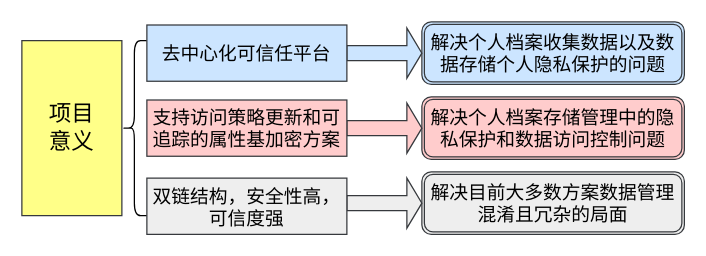
ScauMadLife/BlockChain keeps this draw.io diagram as 项目意义图.drawio. Above is the earlier version. Source tidied: cells renumbered, new cells numbered last; positions are measured from the earlier drawing's top-left corner, leaving out a move shared by most shapes. Both pictures are drawn from the tidied source at 125%, with x=0, y=0 at pixel (21, 21).
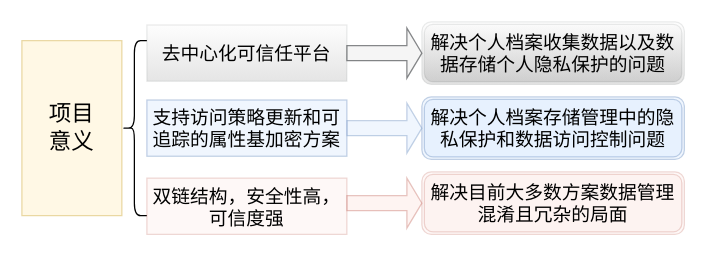
After the change.

Commit message (it also covers changes not shown here):
更新项目意义图.drawio

The edit, as a diff of the source:
```diff
@@
 <mxGraphModel>
   <root>
     <mxCell id="0" />
     <mxCell id="1" parent="0" />
-    <mxCell id="2" value="&lt;font style=&quot;font-size: 18px;&quot;&gt;项目&lt;br&gt;意义&lt;/font&gt;" style="rounded=0;whiteSpace=wrap;html=1;fillColor=#ffff88;strokeColor=#36393d;" parent="1" vertex="1">
+    <mxCell id="2" value="&lt;font style=&quot;font-size: 18px;&quot;&gt;项目&lt;br&gt;意义&lt;/font&gt;" style="rounded=0;whiteSpace=wrap;html=1;fillColor=#fff2cc;strokeColor=#d6b656;opacity=50;" parent="1" vertex="1">
       <mxGeometry y="15" width="80" height="140" as="geometry" />
     </mxCell>
     <mxCell id="3" style="shape=curlyBracket;whiteSpace=wrap;html=1;rounded=1;labelPosition=left;verticalLabelPosition=middle;align=right;verticalAlign=middle;" parent="1" vertex="1">
       <mxGeometry x="80" y="15" width="20" height="140" as="geometry" />
     </mxCell>
-    <mxCell id="4" value="&lt;font style=&quot;font-size: 15px;&quot;&gt;解决个人档案收集数据以及数据存储个人隐私保护的问题&lt;/font&gt;" style="shape=ext;double=1;rounded=1;whiteSpace=wrap;html=1;fillColor=#cce5ff;strokeColor=#36393d;" parent="1" vertex="1">
+    <mxCell id="4" value="&lt;font style=&quot;font-size: 15px;&quot;&gt;解决个人档案收集数据以及数据存储个人隐私保护的问题&lt;/font&gt;" style="shape=ext;double=1;rounded=1;whiteSpace=wrap;html=1;fillColor=#eeeeee;strokeColor=#36393d;opacity=10;gradientColor=default;" parent="1" vertex="1">
       <mxGeometry x="320" width="210" height="50" as="geometry" />
     </mxCell>
-    <mxCell id="5" value="&lt;font style=&quot;font-size: 15px;&quot;&gt;解决个人档案存储管理中的隐私保护和数据访问控制问题&lt;/font&gt;" style="shape=ext;double=1;rounded=1;whiteSpace=wrap;html=1;fillColor=#ffcccc;strokeColor=#36393d;" parent="1" vertex="1">
+    <mxCell id="5" value="&lt;font style=&quot;font-size: 15px;&quot;&gt;解决个人档案存储管理中的隐私保护和数据访问控制问题&lt;/font&gt;" style="shape=ext;double=1;rounded=1;whiteSpace=wrap;html=1;fillColor=#dae8fc;strokeColor=#6c8ebf;opacity=40;" parent="1" vertex="1">
       <mxGeometry x="320" y="60" width="210" height="50" as="geometry" />
     </mxCell>
-    <mxCell id="6" value="&lt;font style=&quot;font-size: 15px;&quot;&gt;解决目前大多数方案数据管理混淆且冗杂的局面&lt;/font&gt;" style="shape=ext;double=1;rounded=1;whiteSpace=wrap;html=1;fillColor=#eeeeee;strokeColor=#36393d;" parent="1" vertex="1">
+    <mxCell id="6" value="&lt;font style=&quot;font-size: 15px;&quot;&gt;解决目前大多数方案数据管理混淆且冗杂的局面&lt;/font&gt;" style="shape=ext;double=1;rounded=1;whiteSpace=wrap;html=1;fillColor=#fad9d5;strokeColor=#ae4132;opacity=20;" parent="1" vertex="1">
       <mxGeometry x="320" y="120" width="210" height="50" as="geometry" />
     </mxCell>
-    <mxCell id="7" style="shape=singleArrow;whiteSpace=wrap;html=1;fillColor=#cce5ff;strokeColor=#36393d;" parent="1" vertex="1">
+    <mxCell id="7" style="shape=singleArrow;whiteSpace=wrap;html=1;fillColor=#eeeeee;strokeColor=#36393d;opacity=60;" parent="1" vertex="1">
       <mxGeometry x="260" y="5" width="60" height="40" as="geometry" />
     </mxCell>
-    <mxCell id="8" style="shape=singleArrow;whiteSpace=wrap;html=1;fillColor=#ffcccc;strokeColor=#36393d;" parent="1" vertex="1">
+    <mxCell id="8" style="shape=singleArrow;whiteSpace=wrap;html=1;fillColor=#dae8fc;strokeColor=#6c8ebf;opacity=40;" parent="1" vertex="1">
       <mxGeometry x="260" y="65" width="60" height="40" as="geometry" />
     </mxCell>
-    <mxCell id="9" style="shape=singleArrow;whiteSpace=wrap;html=1;fillColor=#eeeeee;strokeColor=#36393d;" parent="1" vertex="1">
+    <mxCell id="9" style="shape=singleArrow;whiteSpace=wrap;html=1;fillColor=#fad9d5;strokeColor=#ae4132;opacity=30;" parent="1" vertex="1">
       <mxGeometry x="260" y="125" width="60" height="40" as="geometry" />
     </mxCell>
-    <mxCell id="10" value="&lt;font style=&quot;font-size: 15px;&quot;&gt;去中心化可信任平台&lt;/font&gt;" style="html=1;whiteSpace=wrap;fillColor=#cce5ff;strokeColor=#36393d;" parent="1" vertex="1">
+    <mxCell id="10" value="&lt;font style=&quot;font-size: 15px;&quot;&gt;去中心化可信任平台&lt;/font&gt;" style="html=1;whiteSpace=wrap;fillColor=#eeeeee;strokeColor=#36393d;opacity=10;gradientColor=default;" parent="1" vertex="1">
       <mxGeometry x="100" y="2.5" width="160" height="45" as="geometry" />
     </mxCell>
-    <mxCell id="11" value="&lt;font style=&quot;font-size: 15px;&quot;&gt;支持访问策略更新和可追踪的属性基加密方案&lt;/font&gt;" style="html=1;whiteSpace=wrap;fillColor=#ffcccc;strokeColor=#36393d;" parent="1" vertex="1">
+    <mxCell id="11" value="&lt;font style=&quot;font-size: 15px;&quot;&gt;支持访问策略更新和可追踪的属性基加密方案&lt;/font&gt;" style="html=1;whiteSpace=wrap;fillColor=#dae8fc;strokeColor=#6c8ebf;opacity=40;" parent="1" vertex="1">
       <mxGeometry x="100" y="62.5" width="160" height="45" as="geometry" />
     </mxCell>
-    <mxCell id="12" value="&lt;font style=&quot;font-size: 15px;&quot;&gt;双链结构，安全性高，可信度强&lt;/font&gt;" style="html=1;whiteSpace=wrap;fillColor=#eeeeee;strokeColor=#36393d;" parent="1" vertex="1">
+    <mxCell id="12" value="&lt;font style=&quot;font-size: 15px;&quot;&gt;双链结构，安全性高，可信度强&lt;/font&gt;" style="html=1;whiteSpace=wrap;fillColor=#fad9d5;strokeColor=#ae4132;opacity=20;" parent="1" vertex="1">
       <mxGeometry x="100" y="125" width="160" height="45" as="geometry" />
     </mxCell>
   </root>
 </mxGraphModel>
```
